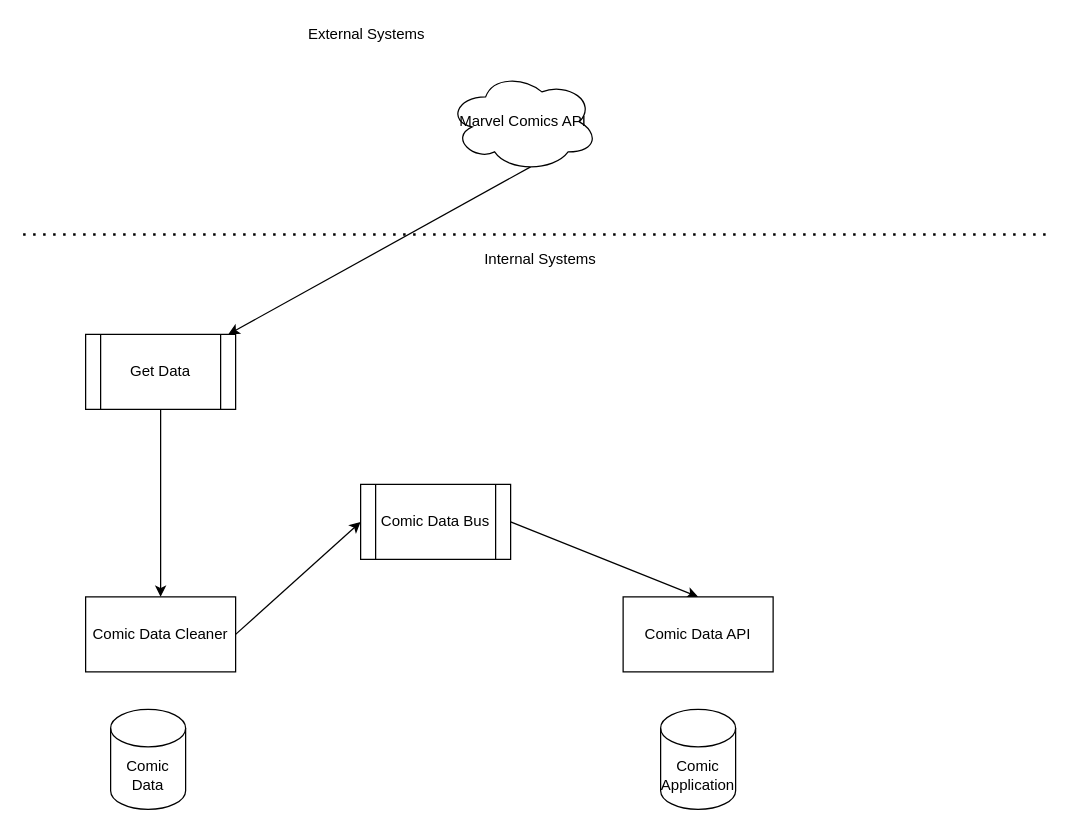
Above: Untitled Diagram.drawio in mattwatts36/drawings (draw.io), before the change. Source tidied: cells renumbered, new cells numbered last; positions are measured from the earlier drawing's top-left corner, leaving out a move shared by most shapes. Both pictures are drawn from the tidied source at 125%, with x=0, y=0 at pixel (22, 21).
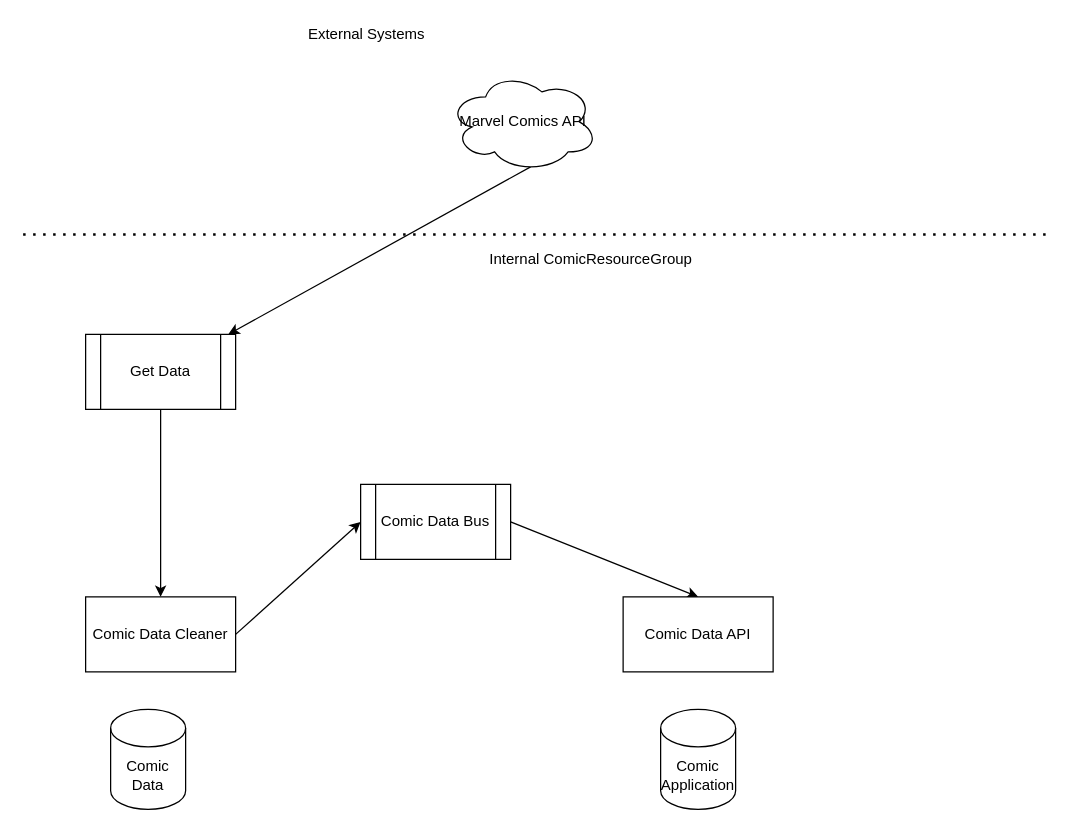
Above is the later version.

What changed in the source:
```diff
@@
 <mxGraphModel>
   <root>
     <mxCell id="0" />
     <mxCell id="1" parent="0" />
     <mxCell id="2" style="rounded=0;jettySize=auto;html=1;exitX=0.55;exitY=0.95;exitDx=0;exitDy=0;exitPerimeter=0;" parent="1" edge="1" source="3" target="11">
       <mxGeometry relative="1" as="geometry" />
     </mxCell>
     <mxCell id="3" value="Marvel Comics API" style="ellipse;shape=cloud;whiteSpace=wrap;html=1;" parent="1" vertex="1">
       <mxGeometry x="340" y="40" width="120" height="80" as="geometry" />
     </mxCell>
     <mxCell id="4" value="Comic Data" style="shape=cylinder3;whiteSpace=wrap;html=1;boundedLbl=1;backgroundOutline=1;size=15;" parent="1" vertex="1">
       <mxGeometry x="70" y="550" width="60" height="80" as="geometry" />
     </mxCell>
     <mxCell id="5" style="endArrow=none;dashed=1;html=1;dashPattern=1 3;strokeWidth=2;" parent="1" edge="1">
       <mxGeometry relative="1" as="geometry">
         <mxPoint y="170" as="sourcePoint" />
         <mxPoint x="820" y="170" as="targetPoint" />
       </mxGeometry>
     </mxCell>
-    <mxCell id="6" value="Internal Systems" style="text;html=1;strokeColor=none;fillColor=none;align=center;verticalAlign=middle;whiteSpace=wrap;rounded=0;" parent="1" vertex="1">
-      <mxGeometry x="349" y="180" width="130" height="20" as="geometry" />
+    <mxCell id="6" value="Internal ComicResourceGroup" style="text;html=1;strokeColor=none;fillColor=none;align=center;verticalAlign=middle;whiteSpace=wrap;rounded=0;" parent="1" vertex="1">
+      <mxGeometry x="349" y="180" width="211" height="20" as="geometry" />
     </mxCell>
     <mxCell id="7" value="External Systems" style="text;html=1;strokeColor=none;fillColor=none;align=center;verticalAlign=middle;whiteSpace=wrap;rounded=0;" parent="1" vertex="1">
       <mxGeometry x="140" width="270" height="20" as="geometry" />
     </mxCell>
     <mxCell id="8" style="edgeStyle=none;rounded=0;jettySize=auto;html=1;exitX=1;exitY=0.5;exitDx=0;exitDy=0;entryX=0;entryY=0.5;entryDx=0;entryDy=0;" parent="1" edge="1" source="9" target="13">
       <mxGeometry relative="1" as="geometry" />
     </mxCell>
     <mxCell id="9" value="Comic Data Cleaner" style="rounded=0;whiteSpace=wrap;html=1;" parent="1" vertex="1">
       <mxGeometry x="50" y="460" width="120" height="60" as="geometry" />
     </mxCell>
     <mxCell id="10" style="edgeStyle=none;rounded=0;jettySize=auto;html=1;exitX=0.5;exitY=1;exitDx=0;exitDy=0;entryX=0.5;entryY=0;entryDx=0;entryDy=0;" parent="1" edge="1" source="11" target="9">
       <mxGeometry relative="1" as="geometry" />
     </mxCell>
     <mxCell id="11" value="Get Data" style="shape=process;whiteSpace=wrap;html=1;backgroundOutline=1;" parent="1" vertex="1">
       <mxGeometry x="50" y="250" width="120" height="60" as="geometry" />
     </mxCell>
     <mxCell id="12" style="edgeStyle=none;rounded=0;jettySize=auto;html=1;exitX=1;exitY=0.5;exitDx=0;exitDy=0;entryX=0.5;entryY=0;entryDx=0;entryDy=0;" parent="1" edge="1" source="13" target="15">
       <mxGeometry relative="1" as="geometry" />
     </mxCell>
     <mxCell id="13" value="Comic Data Bus" style="shape=process;whiteSpace=wrap;html=1;backgroundOutline=1;" parent="1" vertex="1">
       <mxGeometry x="270" y="370" width="120" height="60" as="geometry" />
     </mxCell>
     <mxCell id="14" value="Comic Application" style="shape=cylinder3;whiteSpace=wrap;html=1;boundedLbl=1;backgroundOutline=1;size=15;" parent="1" vertex="1">
       <mxGeometry x="510" y="550" width="60" height="80" as="geometry" />
     </mxCell>
     <mxCell id="15" value="Comic Data API" style="rounded=0;whiteSpace=wrap;html=1;" parent="1" vertex="1">
       <mxGeometry x="480" y="460" width="120" height="60" as="geometry" />
     </mxCell>
   </root>
 </mxGraphModel>
```
